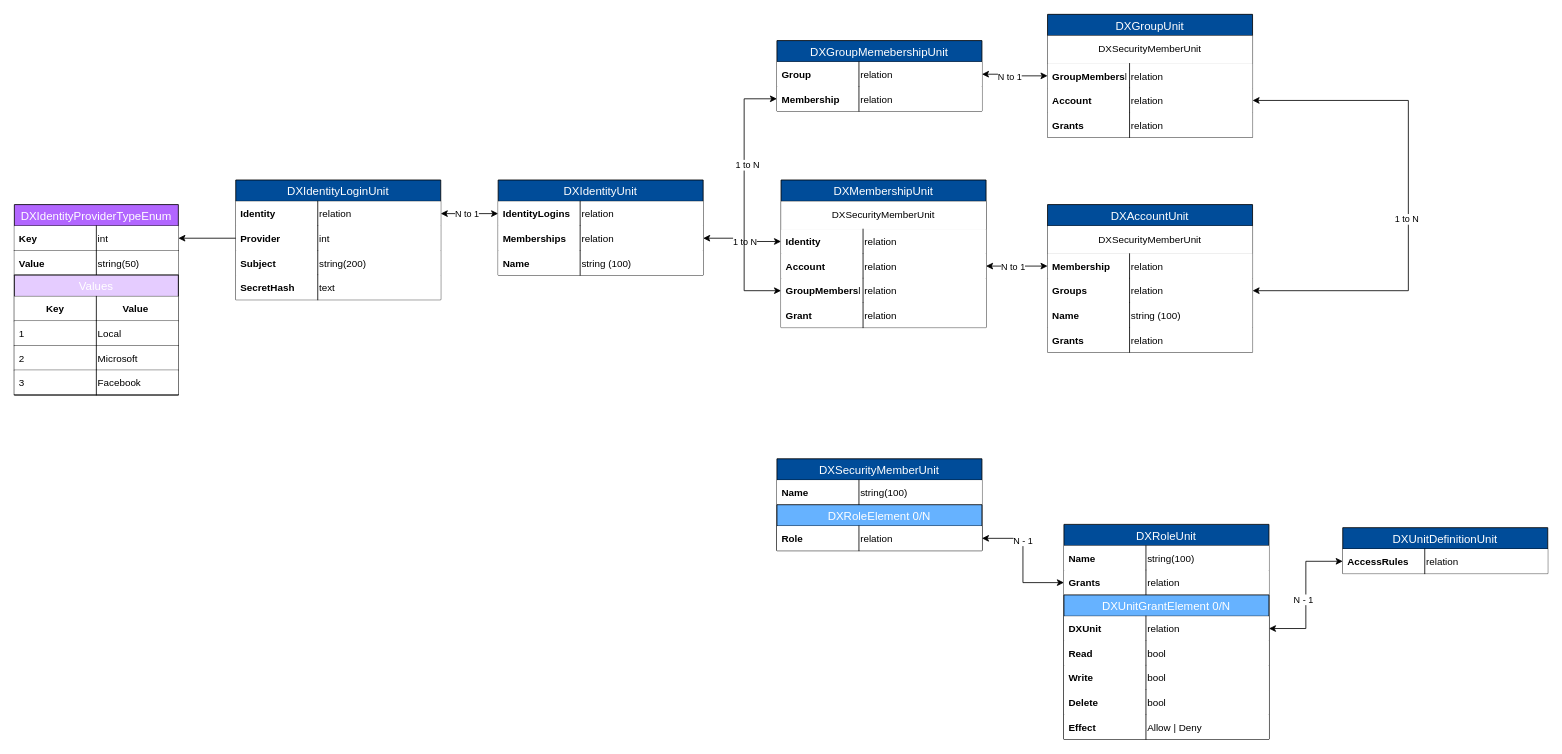
Before: page "Page-1" (1 of 2) of diagrams/DXUserDataStructure.drawio in IgnisVitalis/IV.DX, a draw.io diagram. Source tidied: cells renumbered, new cells numbered last; positions are measured from the earlier drawing's top-left corner, leaving out a move shared by most shapes. Both pictures are drawn from the tidied source at 82%, with x=0, y=0 at pixel (14, 14).
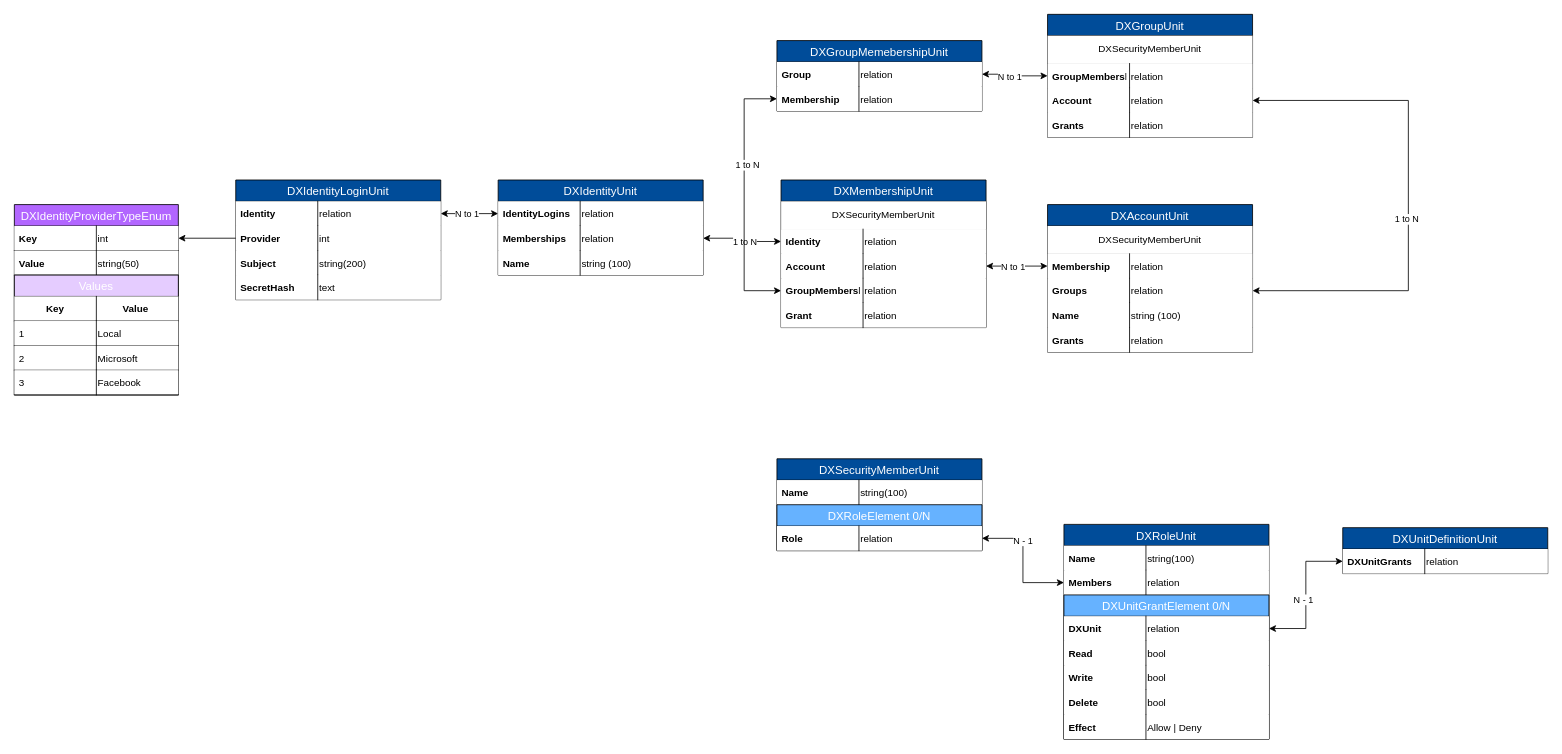
Above is the later version.

The change refers to these unchanged cells:
```xml
<mxCell id="4" value="relation" style="shape=partialRectangle;top=0;left=0;right=0;bottom=1;align=left;verticalAlign=middle;spacingLeft=100;spacingRight=4;overflow=hidden;points=[[0,0.5],[1,0.5]];portConstraint=eastwest;fontStyle=0;fontSize=12;strokeColor=none;" parent="2" vertex="1">
  <mxGeometry y="26" width="250" height="30" as="geometry" />
</mxCell>
<mxCell id="99" value="relation" style="shape=partialRectangle;top=0;left=0;right=0;bottom=1;align=left;verticalAlign=middle;spacingLeft=100;spacingRight=4;overflow=hidden;points=[[0,0.5],[1,0.5]];portConstraint=eastwest;fontStyle=0;fontSize=12;strokeColor=none;" parent="95" vertex="1">
  <mxGeometry y="56" width="250" height="30" as="geometry" />
</mxCell>
```

Diff of the diagram source:
```diff
@@
-    <mxCell id="5" value="AccessRules" style="shape=partialRectangle;fontStyle=1;top=0;left=0;bottom=0;fillColor=none;align=left;verticalAlign=middle;spacingLeft=4;spacingRight=4;overflow=hidden;fontSize=12;" parent="4" vertex="1">
+    <mxCell id="5" value="DXUnitGrants" style="shape=partialRectangle;fontStyle=1;top=0;left=0;bottom=0;fillColor=none;align=left;verticalAlign=middle;spacingLeft=4;spacingRight=4;overflow=hidden;fontSize=12;" parent="4" vertex="1">
       <mxGeometry width="100" height="30" as="geometry" />
     </mxCell>
@@
-    <mxCell id="100" value="Grants" style="shape=partialRectangle;fontStyle=1;top=0;left=0;bottom=0;fillColor=none;align=left;verticalAlign=middle;spacingLeft=4;spacingRight=4;overflow=hidden;fontSize=12;" parent="99" vertex="1">
+    <mxCell id="100" value="Members" style="shape=partialRectangle;fontStyle=1;top=0;left=0;bottom=0;fillColor=none;align=left;verticalAlign=middle;spacingLeft=4;spacingRight=4;overflow=hidden;fontSize=12;" parent="99" vertex="1">
       <mxGeometry width="100" height="30" as="geometry" />
     </mxCell>
```
